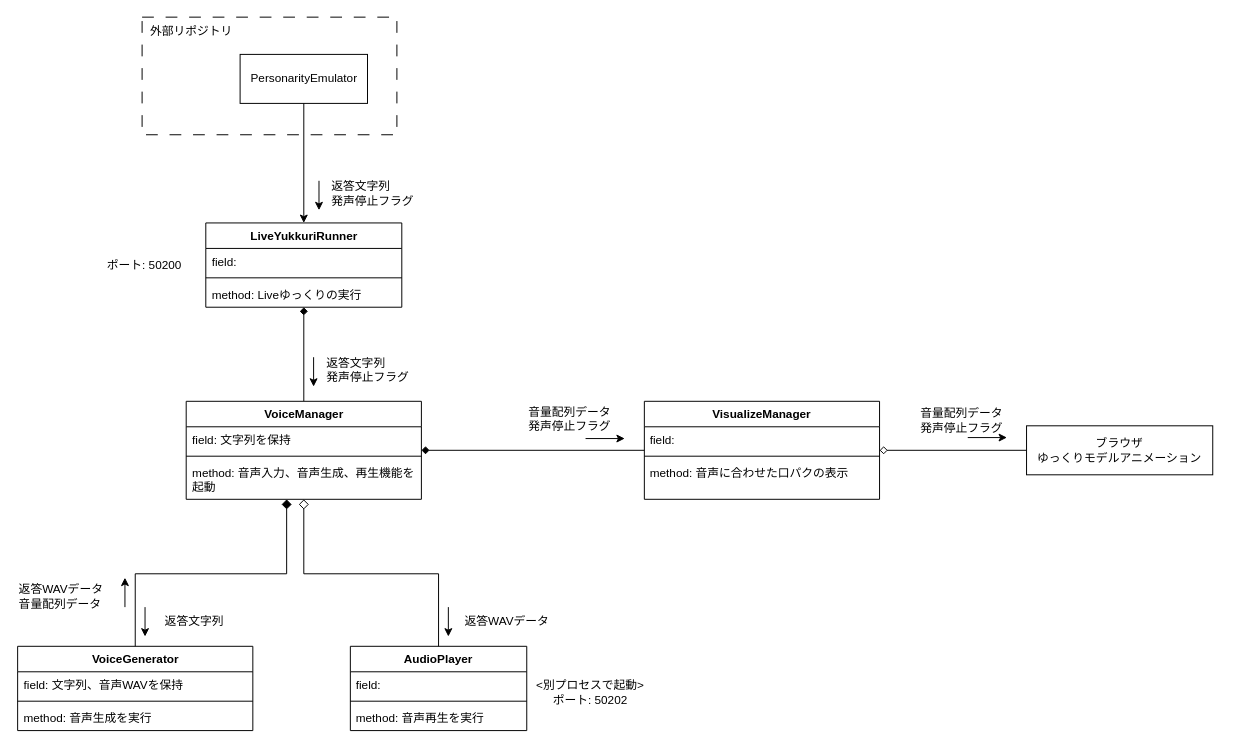
Above: document/system/architecture.drawio in CodeneAria/LiveYukkuri (draw.io), before the change. Source tidied: cells renumbered, new cells numbered last; positions are measured from the earlier drawing's top-left corner, leaving out a move shared by most shapes. Both pictures are drawn from the tidied source at 98%, with x=0, y=0 at pixel (17, 17).
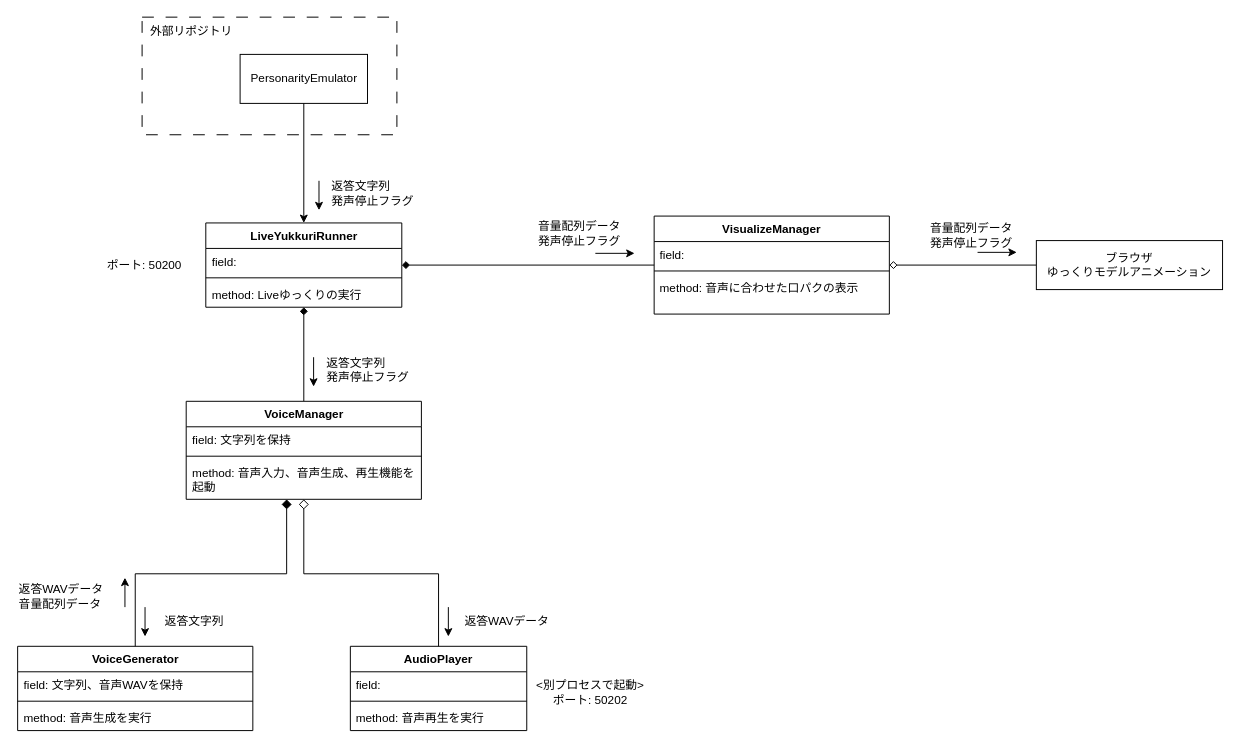
The same page after the edit.

Commit message:
Refactor: Update styling and positioning in architecture diagram

Unchanged cells that the change refers to:
```xml
<mxCell id="6" value="VoiceManager" style="swimlane;fontStyle=1;align=center;verticalAlign=top;horizontal=1;startSize=26;whiteSpace=wrap;html=1;fontColor=#000000;" parent="1" vertex="1">
  <mxGeometry x="172.5" y="392" width="240" height="100" as="geometry" />
</mxCell>
<mxCell id="31" value="LiveYukkuriRunner" style="swimlane;fontStyle=1;align=center;verticalAlign=top;horizontal=1;startSize=26;whiteSpace=wrap;html=1;fontColor=#000000;" parent="1" vertex="1">
  <mxGeometry x="192.5" y="210" width="200" height="86" as="geometry" />
</mxCell>
```

Change to the diagram source:
```diff
@@
-    <mxCell id="29" value="&amp;lt;別プロセスで起動&amp;gt;&lt;div&gt;ポート: 50202&lt;/div&gt;" style="text;html=1;align=center;verticalAlign=middle;whiteSpace=wrap;rounded=0;fontColor=#000000;" parent="1" vertex="1">
+    <mxCell id="29" value="&lt;font style=&quot;color: rgb(0, 0, 0);&quot;&gt;&amp;lt;別プロセスで起動&amp;gt;&lt;/font&gt;&lt;div&gt;&lt;font style=&quot;color: rgb(0, 0, 0);&quot;&gt;ポート: 50202&lt;/font&gt;&lt;/div&gt;" style="text;html=1;align=center;verticalAlign=middle;whiteSpace=wrap;rounded=0;fontColor=#000000;" parent="1" vertex="1">
       <mxGeometry x="515" y="670" width="140" height="38" as="geometry" />
     </mxCell>
-    <mxCell id="30" value="&lt;div&gt;ポート: 50200&lt;/div&gt;" style="text;html=1;align=center;verticalAlign=middle;whiteSpace=wrap;rounded=0;fontColor=#000000;" parent="1" vertex="1">
+    <mxCell id="30" value="&lt;div&gt;&lt;font style=&quot;color: rgb(0, 0, 0);&quot;&gt;ポート: 50200&lt;/font&gt;&lt;/div&gt;" style="text;html=1;align=center;verticalAlign=middle;whiteSpace=wrap;rounded=0;fontColor=#000000;" parent="1" vertex="1">
       <mxGeometry x="80" y="234" width="100" height="38" as="geometry" />
     </mxCell>
@@
     <mxCell id="37" value="VisualizeManager" style="swimlane;fontStyle=1;align=center;verticalAlign=top;horizontal=1;startSize=26;whiteSpace=wrap;html=1;fontColor=#000000;" parent="1" vertex="1">
-      <mxGeometry x="640" y="392" width="240" height="100" as="geometry" />
+      <mxGeometry x="650" y="203" width="240" height="100" as="geometry" />
     </mxCell>
@@
-    <mxCell id="42" value="ブラウザ&lt;div&gt;ゆっくりモデルアニメーション&lt;/div&gt;" style="html=1;whiteSpace=wrap;fontColor=#000000;" parent="1" vertex="1">
-      <mxGeometry x="1030" y="417" width="190" height="50" as="geometry" />
+    <mxCell id="42" value="&lt;font style=&quot;color: rgb(0, 0, 0);&quot;&gt;ブラウザ&lt;/font&gt;&lt;div&gt;&lt;font style=&quot;color: rgb(0, 0, 0);&quot;&gt;ゆっくりモデルアニメーション&lt;/font&gt;&lt;/div&gt;" style="html=1;whiteSpace=wrap;fontColor=#000000;" parent="1" vertex="1">
+      <mxGeometry x="1040" y="228" width="190" height="50" as="geometry" />
     </mxCell>
-    <mxCell id="43" style="edgeStyle=none;html=1;endArrow=diamond;endFill=1;" parent="1" edge="1" source="37" target="6">
+    <mxCell id="43" style="edgeStyle=none;html=1;endArrow=diamond;endFill=1;" parent="1" edge="1" source="37" target="31">
       <mxGeometry relative="1" as="geometry" />
     </mxCell>
     <mxCell id="44" style="endArrow=classic;html=1;fontColor=#000000;" parent="1" edge="1">
       <mxGeometry relative="1" as="geometry">
-        <mxPoint x="580" y="430" as="sourcePoint" />
-        <mxPoint x="620" y="430" as="targetPoint" />
+        <mxPoint x="590" y="241" as="sourcePoint" />
+        <mxPoint x="630" y="241" as="targetPoint" />
       </mxGeometry>
     </mxCell>
     <mxCell id="45" value="&lt;div&gt;&lt;font style=&quot;color: rgb(0, 0, 0);&quot;&gt;音量配列データ&lt;/font&gt;&lt;/div&gt;&lt;div&gt;&lt;font style=&quot;color: rgb(0, 0, 0);&quot;&gt;&lt;span style=&quot;color: rgb(0, 0, 0);&quot;&gt;発声&lt;/span&gt;&lt;font style=&quot;scrollbar-color: rgb(226, 226, 226) rgb(251, 251, 251); color: rgb(0, 0, 0);&quot;&gt;停止&lt;/font&gt;&lt;span style=&quot;color: rgb(0, 0, 0);&quot;&gt;フラグ&lt;/span&gt;&lt;/font&gt;&lt;/div&gt;" style="text;html=1;align=left;verticalAlign=middle;whiteSpace=wrap;rounded=0;fontColor=#000000;" parent="1" vertex="1">
-      <mxGeometry x="520" y="390" width="110" height="40" as="geometry" />
+      <mxGeometry x="530" y="201" width="110" height="40" as="geometry" />
     </mxCell>
     <mxCell id="46" style="endArrow=classic;html=1;fontColor=#000000;" parent="1" edge="1">
       <mxGeometry relative="1" as="geometry">
-        <mxPoint x="970" y="429" as="sourcePoint" />
-        <mxPoint x="1010" y="429" as="targetPoint" />
+        <mxPoint x="980" y="240" as="sourcePoint" />
+        <mxPoint x="1020" y="240" as="targetPoint" />
       </mxGeometry>
     </mxCell>
     <mxCell id="47" value="&lt;div&gt;&lt;font style=&quot;color: rgb(0, 0, 0);&quot;&gt;音量配列データ&lt;/font&gt;&lt;/div&gt;&lt;div&gt;&lt;font style=&quot;color: rgb(0, 0, 0);&quot;&gt;&lt;span style=&quot;color: rgb(0, 0, 0);&quot;&gt;発声&lt;/span&gt;&lt;font style=&quot;scrollbar-color: rgb(226, 226, 226) rgb(251, 251, 251); color: rgb(0, 0, 0);&quot;&gt;停止&lt;/font&gt;&lt;span style=&quot;color: rgb(0, 0, 0);&quot;&gt;フラグ&lt;/span&gt;&lt;/font&gt;&lt;/div&gt;" style="text;html=1;align=left;verticalAlign=middle;whiteSpace=wrap;rounded=0;fontColor=#000000;" parent="1" vertex="1">
-      <mxGeometry x="920" y="392" width="110" height="40" as="geometry" />
+      <mxGeometry x="930" y="203" width="110" height="40" as="geometry" />
     </mxCell>
```
